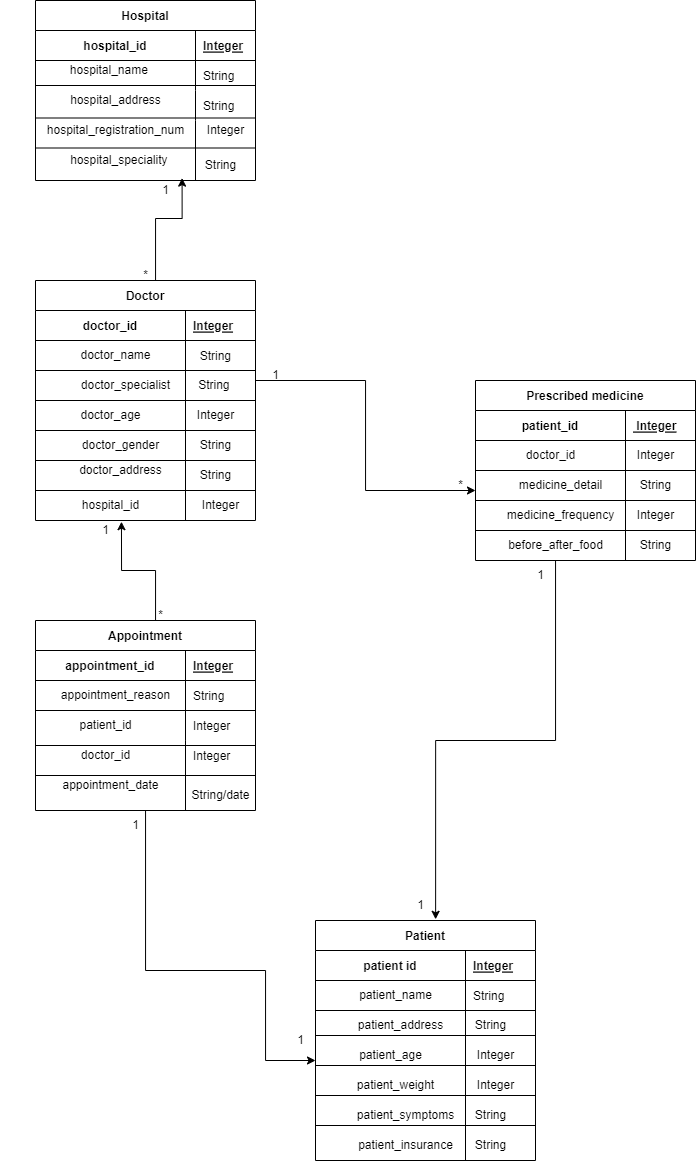
Before: DAY-3/Hospital Management System.drawio.png, a diagram exported from draw.io (deepakjaiswal1950/MS-DYNAMICS). Source tidied: cells renumbered, new cells last; positions are measured from the earlier drawing's top-left corner, leaving out a move shared by most shapes.
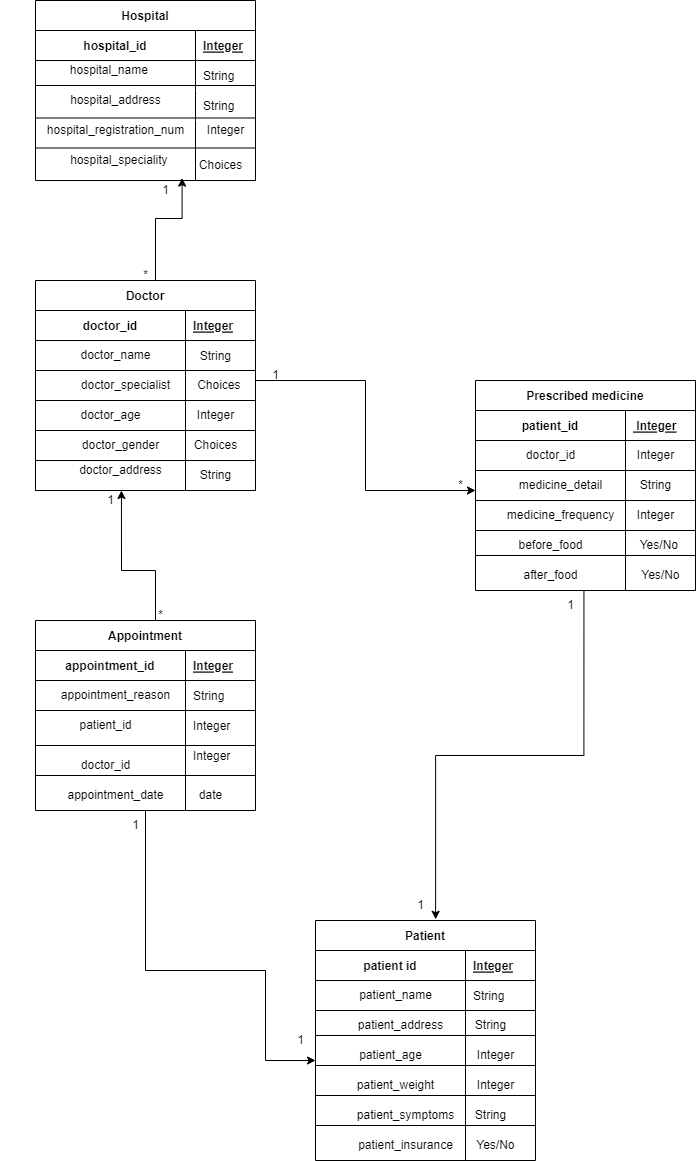
Above is the later version.

The edit, as a diff of the source:
```diff
@@ -75,7 +75,7 @@
       </mxGeometry>
     </mxCell>
     <mxCell id="22" value="Doctor" style="shape=table;startSize=30;rowLines=0;fontStyle=1;align=center;" parent="1" vertex="1">
-      <mxGeometry x="35" y="280" width="220" height="240" as="geometry" />
+      <mxGeometry x="35" y="280" width="220" height="210" as="geometry" />
     </mxCell>
     <mxCell id="23" style="shape=tableRow;horizontal=0;startSize=0;swimlaneHead=0;swimlaneBody=0;fillColor=none;top=0;left=0;right=0;bottom=1;strokeColor=default;" parent="22" vertex="1">
       <mxGeometry y="30" width="220" height="30" as="geometry" />
@@ -96,13 +96,13 @@
       <mxGeometry x="150" width="70" height="30" as="geometry" />
     </mxCell>
     <mxCell id="29" style="shape=tableRow;horizontal=0;startSize=0;swimlaneHead=0;swimlaneBody=0;fillColor=none;top=0;left=0;right=0;bottom=0;" parent="22" vertex="1">
-      <mxGeometry y="90" width="220" height="150" as="geometry" />
+      <mxGeometry y="90" width="220" height="120" as="geometry" />
     </mxCell>
     <mxCell id="30" style="shape=partialRectangle;fillColor=none;top=0;left=0;bottom=0;right=0;overflow=hidden;" parent="29" vertex="1">
-      <mxGeometry width="150" height="150" as="geometry" />
+      <mxGeometry width="150" height="120" as="geometry" />
     </mxCell>
     <mxCell id="31" style="shape=partialRectangle;fillColor=none;top=0;left=0;bottom=0;right=0;align=left;spacingLeft=6;overflow=hidden;" parent="29" vertex="1">
-      <mxGeometry x="150" width="70" height="150" as="geometry" />
+      <mxGeometry x="150" width="70" height="120" as="geometry" />
     </mxCell>
     <mxCell id="32" style="line;strokeWidth=1;dashed=0;labelPosition=right;align=left;verticalAlign=middle;spacingTop=0;spacingLeft=6;" parent="1" vertex="1">
       <mxGeometry x="35" y="360" width="220" height="20" as="geometry" />
@@ -113,10 +113,10 @@
     <mxCell id="34" value="doctor_specialist" style="text;html=1;align=center;verticalAlign=middle;fillColor=none;strokeColor=none;rounded=0;" parent="1" vertex="1">
       <mxGeometry x="70" y="370" width="110" height="30" as="geometry" />
     </mxCell>
-    <mxCell id="35" value="&amp;nbsp; String" style="text;html=1;align=center;verticalAlign=middle;fillColor=none;strokeColor=none;rounded=0;" parent="1" vertex="1">
-      <mxGeometry x="180" y="370" width="60" height="30" as="geometry" />
+    <mxCell id="35" value="&amp;nbsp; &amp;nbsp; &amp;nbsp;Choices" style="text;html=1;align=center;verticalAlign=middle;fillColor=none;strokeColor=none;rounded=0;" parent="1" vertex="1">
+      <mxGeometry x="170" y="370" width="80" height="30" as="geometry" />
     </mxCell>
-    <mxCell id="36" style="edgeStyle=orthogonalEdgeStyle;rounded=0;jettySize=auto;html=1;entryX=0.637;entryY=1.04;entryDx=0;entryDy=0;entryPerimeter=0;" parent="1" edge="1" source="38" target="86">
+    <mxCell id="36" style="edgeStyle=orthogonalEdgeStyle;rounded=0;jettySize=auto;html=1;entryX=0.865;entryY=0.167;entryDx=0;entryDy=0;entryPerimeter=0;" parent="1" edge="1" source="38" target="125">
       <mxGeometry relative="1" as="geometry">
         <Array as="points">
           <mxPoint x="155" y="570" />
@@ -194,13 +194,13 @@
       <mxGeometry x="65" y="710" width="80" height="30" as="geometry" />
     </mxCell>
     <mxCell id="57" value="doctor_id" style="text;html=1;align=center;verticalAlign=middle;fillColor=none;strokeColor=none;rounded=0;" parent="1" vertex="1">
-      <mxGeometry x="70" y="740" width="70" height="30" as="geometry" />
+      <mxGeometry x="70" y="750" width="70" height="30" as="geometry" />
     </mxCell>
     <mxCell id="58" value="appointment_date" style="text;html=1;align=center;verticalAlign=middle;fillColor=none;strokeColor=none;rounded=0;" parent="1" vertex="1">
-      <mxGeometry x="50" y="770" width="120" height="30" as="geometry" />
+      <mxGeometry x="55" y="780" width="120" height="30" as="geometry" />
     </mxCell>
-    <mxCell id="59" value="String/date" style="text;html=1;align=center;verticalAlign=middle;fillColor=none;strokeColor=none;rounded=0;" parent="1" vertex="1">
-      <mxGeometry x="180" y="780" width="80" height="30" as="geometry" />
+    <mxCell id="59" value="date" style="text;html=1;align=center;verticalAlign=middle;fillColor=none;strokeColor=none;rounded=0;" parent="1" vertex="1">
+      <mxGeometry x="185" y="780" width="50" height="30" as="geometry" />
     </mxCell>
     <mxCell id="60" value="Patient" style="shape=table;startSize=30;rowLines=0;fontStyle=1;align=center;" parent="1" vertex="1">
       <mxGeometry x="315" y="920" width="220" height="240" as="geometry" />
@@ -242,7 +242,7 @@
       <mxGeometry x="315" y="1010" width="140" height="30" as="geometry" />
     </mxCell>
     <mxCell id="73" value="Prescribed medicine" style="shape=table;startSize=30;rowLines=0;fontStyle=1;align=center;" parent="1" vertex="1">
-      <mxGeometry x="475" y="380" width="220" height="180" as="geometry" />
+      <mxGeometry x="475" y="380" width="220" height="210" as="geometry" />
     </mxCell>
     <mxCell id="74" style="shape=tableRow;horizontal=0;startSize=0;swimlaneHead=0;swimlaneBody=0;fillColor=none;top=0;left=0;right=0;bottom=1;strokeColor=default;" parent="73" vertex="1">
       <mxGeometry y="30" width="220" height="30" as="geometry" />
@@ -254,13 +254,13 @@
       <mxGeometry x="150" width="70" height="30" as="geometry" />
     </mxCell>
     <mxCell id="77" style="shape=tableRow;horizontal=0;startSize=0;swimlaneHead=0;swimlaneBody=0;fillColor=none;top=0;left=0;right=0;bottom=0;" parent="73" vertex="1">
-      <mxGeometry y="60" width="220" height="120" as="geometry" />
+      <mxGeometry y="60" width="220" height="150" as="geometry" />
     </mxCell>
     <mxCell id="78" style="shape=partialRectangle;fillColor=none;top=0;left=0;bottom=0;right=0;fontStyle=1;overflow=hidden;" parent="77" vertex="1">
-      <mxGeometry width="150" height="120" as="geometry" />
+      <mxGeometry width="150" height="150" as="geometry" />
     </mxCell>
     <mxCell id="79" style="shape=partialRectangle;fillColor=none;top=0;left=0;bottom=0;right=0;align=left;spacingLeft=6;overflow=hidden;" parent="77" vertex="1">
-      <mxGeometry x="150" width="70" height="120" as="geometry" />
+      <mxGeometry x="150" width="70" height="150" as="geometry" />
     </mxCell>
     <mxCell id="80" value="doctor_id" style="text;html=1;align=center;verticalAlign=middle;fillColor=none;strokeColor=none;rounded=0;" parent="1" vertex="1">
       <mxGeometry x="515" y="440" width="70" height="30" as="geometry" />
@@ -274,15 +274,12 @@
     <mxCell id="83" value="Integer" style="text;html=1;align=center;verticalAlign=middle;fillColor=none;strokeColor=none;rounded=0;" parent="1" vertex="1">
       <mxGeometry x="195" y="115" width="60" height="30" as="geometry" />
     </mxCell>
-    <mxCell id="84" value="String" style="text;html=1;align=center;verticalAlign=middle;fillColor=none;strokeColor=none;rounded=0;" parent="1" vertex="1">
-      <mxGeometry x="195" y="150" width="50" height="30" as="geometry" />
+    <mxCell id="84" value="Choices" style="text;html=1;align=center;verticalAlign=middle;fillColor=none;strokeColor=none;rounded=0;" parent="1" vertex="1">
+      <mxGeometry x="185" y="150" width="70" height="30" as="geometry" />
     </mxCell>
     <mxCell id="85" style="line;strokeWidth=1;dashed=0;labelPosition=right;align=left;verticalAlign=middle;spacingTop=0;spacingLeft=6;" parent="1" vertex="1">
       <mxGeometry x="35" y="390" width="220" height="20" as="geometry" />
     </mxCell>
-    <mxCell id="86" value="hospital_id" style="text;html=1;align=center;verticalAlign=middle;points=[];fillColor=none;strokeColor=none;rounded=0;" parent="1" vertex="1">
-      <mxGeometry x="70" y="490" width="80" height="30" as="geometry" />
-    </mxCell>
     <mxCell id="87" value="Integer" style="text;html=1;align=center;verticalAlign=middle;fillColor=none;strokeColor=none;rounded=0;" parent="1" vertex="1">
       <mxGeometry x="185" y="400" width="60" height="30" as="geometry" />
     </mxCell>
@@ -304,15 +301,12 @@
     <mxCell id="93" value="doctor_address" style="text;html=1;align=center;verticalAlign=middle;fillColor=none;strokeColor=none;rounded=0;" parent="1" vertex="1">
       <mxGeometry x="65" y="455" width="110" height="30" as="geometry" />
     </mxCell>
-    <mxCell id="94" value="String" style="text;html=1;align=center;verticalAlign=middle;fillColor=none;strokeColor=none;rounded=0;" parent="1" vertex="1">
-      <mxGeometry x="190" y="430" width="50" height="30" as="geometry" />
+    <mxCell id="94" value="Choices" style="text;html=1;align=center;verticalAlign=middle;fillColor=none;strokeColor=none;rounded=0;" parent="1" vertex="1">
+      <mxGeometry x="180" y="430" width="70" height="30" as="geometry" />
     </mxCell>
     <mxCell id="95" value="String" style="text;html=1;align=center;verticalAlign=middle;fillColor=none;strokeColor=none;rounded=0;" parent="1" vertex="1">
       <mxGeometry x="190" y="460" width="50" height="30" as="geometry" />
     </mxCell>
-    <mxCell id="96" value="Integer" style="text;html=1;align=center;verticalAlign=middle;fillColor=none;strokeColor=none;rounded=0;" parent="1" vertex="1">
-      <mxGeometry x="190" y="490" width="60" height="30" as="geometry" />
-    </mxCell>
     <mxCell id="97" style="line;strokeWidth=1;dashed=0;labelPosition=right;align=left;verticalAlign=middle;spacingTop=0;spacingLeft=6;" parent="1" vertex="1">
       <mxGeometry x="475" y="490" width="220" height="20" as="geometry" />
     </mxCell>
@@ -328,11 +322,11 @@
     <mxCell id="101" value="medicine_frequency" style="text;html=1;align=center;verticalAlign=middle;fillColor=none;strokeColor=none;rounded=0;" parent="1" vertex="1">
       <mxGeometry x="495" y="500" width="130" height="30" as="geometry" />
     </mxCell>
-    <mxCell id="102" style="edgeStyle=orthogonalEdgeStyle;rounded=0;jettySize=auto;html=1;entryX=0.546;entryY=-0.005;entryDx=0;entryDy=0;entryPerimeter=0;" parent="1" edge="1" source="103" target="60">
+    <mxCell id="102" style="edgeStyle=orthogonalEdgeStyle;rounded=0;jettySize=auto;html=1;entryX=0.546;entryY=-0.005;entryDx=0;entryDy=0;entryPerimeter=0;exitX=0.918;exitY=1.027;exitDx=0;exitDy=0;exitPerimeter=0;" parent="1" edge="1" source="132" target="60">
       <mxGeometry relative="1" as="geometry" />
     </mxCell>
-    <mxCell id="103" value="before_after_food" style="text;html=1;align=center;verticalAlign=middle;points=[];fillColor=none;strokeColor=none;rounded=0;" parent="1" vertex="1">
-      <mxGeometry x="495" y="530" width="120" height="30" as="geometry" />
+    <mxCell id="103" value="before_food" style="text;html=1;align=center;verticalAlign=middle;points=[];fillColor=none;strokeColor=none;rounded=0;" parent="1" vertex="1">
+      <mxGeometry x="505" y="530" width="90" height="30" as="geometry" />
     </mxCell>
     <mxCell id="104" value="Integer" style="text;html=1;align=center;verticalAlign=middle;fillColor=none;strokeColor=none;rounded=0;" parent="1" vertex="1">
       <mxGeometry x="625" y="500" width="60" height="30" as="geometry" />
@@ -340,8 +334,8 @@
     <mxCell id="105" value="Integer" style="text;html=1;align=center;verticalAlign=middle;fillColor=none;strokeColor=none;rounded=0;" parent="1" vertex="1">
       <mxGeometry x="625" y="440" width="60" height="30" as="geometry" />
     </mxCell>
-    <mxCell id="106" value="String" style="text;html=1;align=center;verticalAlign=middle;fillColor=none;strokeColor=none;rounded=0;" parent="1" vertex="1">
-      <mxGeometry x="630" y="530" width="50" height="30" as="geometry" />
+    <mxCell id="106" value="&amp;nbsp; Yes/No" style="text;html=1;align=center;verticalAlign=middle;fillColor=none;strokeColor=none;rounded=0;" parent="1" vertex="1">
+      <mxGeometry x="620" y="530" width="70" height="30" as="geometry" />
     </mxCell>
     <mxCell id="107" value="String" style="text;html=1;align=center;verticalAlign=middle;fillColor=none;strokeColor=none;rounded=0;" parent="1" vertex="1">
       <mxGeometry x="630" y="470" width="50" height="30" as="geometry" />
@@ -379,8 +373,8 @@
     <mxCell id="118" value="Integer" style="text;html=1;align=center;verticalAlign=middle;fillColor=none;strokeColor=none;rounded=0;" parent="1" vertex="1">
       <mxGeometry x="465" y="1070" width="60" height="30" as="geometry" />
     </mxCell>
-    <mxCell id="119" value="String" style="text;html=1;align=center;verticalAlign=middle;fillColor=none;strokeColor=none;rounded=0;" parent="1" vertex="1">
-      <mxGeometry x="465" y="1130" width="50" height="30" as="geometry" />
+    <mxCell id="119" value="&amp;nbsp; &amp;nbsp;Yes/No" style="text;html=1;align=center;verticalAlign=middle;fillColor=none;strokeColor=none;rounded=0;" parent="1" vertex="1">
+      <mxGeometry x="455" y="1130" width="70" height="30" as="geometry" />
     </mxCell>
     <mxCell id="120" value="String" style="text;html=1;align=center;verticalAlign=middle;fillColor=none;strokeColor=none;rounded=0;" parent="1" vertex="1">
       <mxGeometry x="465" y="1100" width="50" height="30" as="geometry" />
@@ -398,7 +392,7 @@
       <mxGeometry x="445" y="470" width="30" height="30" as="geometry" />
     </mxCell>
     <mxCell id="125" value="1" style="text;html=1;align=center;verticalAlign=middle;points=[];fillColor=none;strokeColor=none;rounded=0;" parent="1" vertex="1">
-      <mxGeometry x="90" y="515" width="30" height="30" as="geometry" />
+      <mxGeometry x="95" y="485" width="30" height="30" as="geometry" />
     </mxCell>
     <mxCell id="126" value="*" style="text;html=1;align=center;verticalAlign=middle;fillColor=none;strokeColor=none;rounded=0;" parent="1" vertex="1">
       <mxGeometry x="145" y="600" width="30" height="30" as="geometry" />
@@ -413,7 +407,16 @@
       <mxGeometry x="405" y="890" width="30" height="30" as="geometry" />
     </mxCell>
     <mxCell id="130" value="1" style="text;html=1;align=center;verticalAlign=middle;fillColor=none;strokeColor=none;rounded=0;" parent="1" vertex="1">
-      <mxGeometry x="525" y="560" width="30" height="30" as="geometry" />
+      <mxGeometry x="555" y="590" width="30" height="30" as="geometry" />
     </mxCell>
+    <mxCell id="131" style="line;strokeWidth=1;dashed=0;labelPosition=right;align=left;verticalAlign=middle;spacingTop=0;spacingLeft=6;" parent="1" vertex="1">
+      <mxGeometry x="475" y="550" width="220" height="10" as="geometry" />
+    </mxCell>
+    <mxCell id="132" value="after_food" style="text;html=1;align=center;verticalAlign=middle;points=[];fillColor=none;strokeColor=none;rounded=0;" parent="1" vertex="1">
+      <mxGeometry x="510" y="560" width="80" height="30" as="geometry" />
+    </mxCell>
+    <mxCell id="133" value="&amp;nbsp; &amp;nbsp;Yes/No" style="text;html=1;align=center;verticalAlign=middle;fillColor=none;strokeColor=none;rounded=0;" parent="1" vertex="1">
+      <mxGeometry x="620" y="560" width="70" height="30" as="geometry" />
+    </mxCell>
   </root>
 </mxGraphModel>
```
